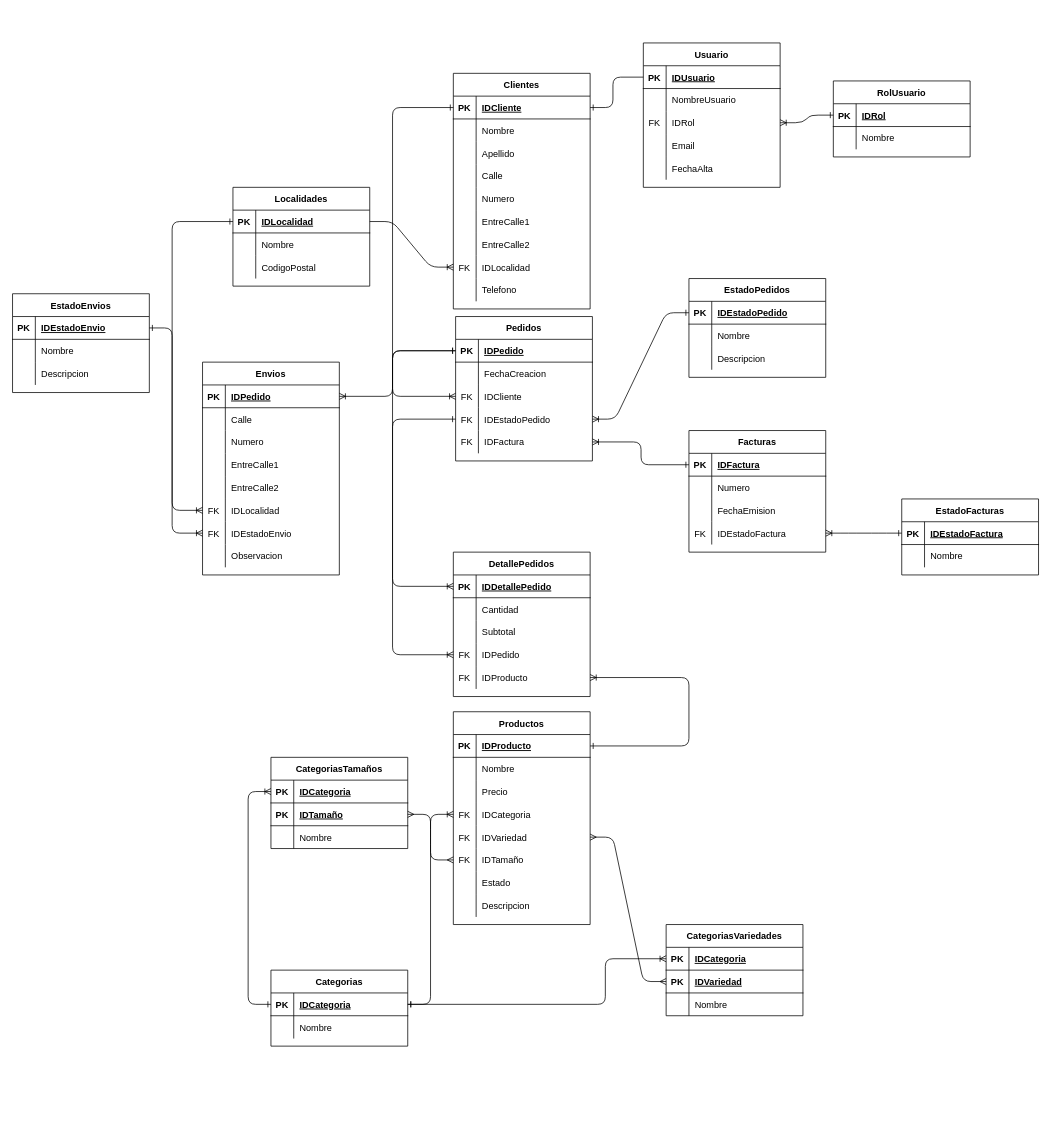
The draw.io diagram Delivery DER.drawio in RailGun15/laboratorio3-20202c, before the edit. Source tidied: cells renumbered, new cells numbered last; positions are measured from the earlier drawing's top-left corner, leaving out a move shared by most shapes. Both pictures are drawn from the tidied source at 76%, with x=0, y=0 at pixel (12, 43).
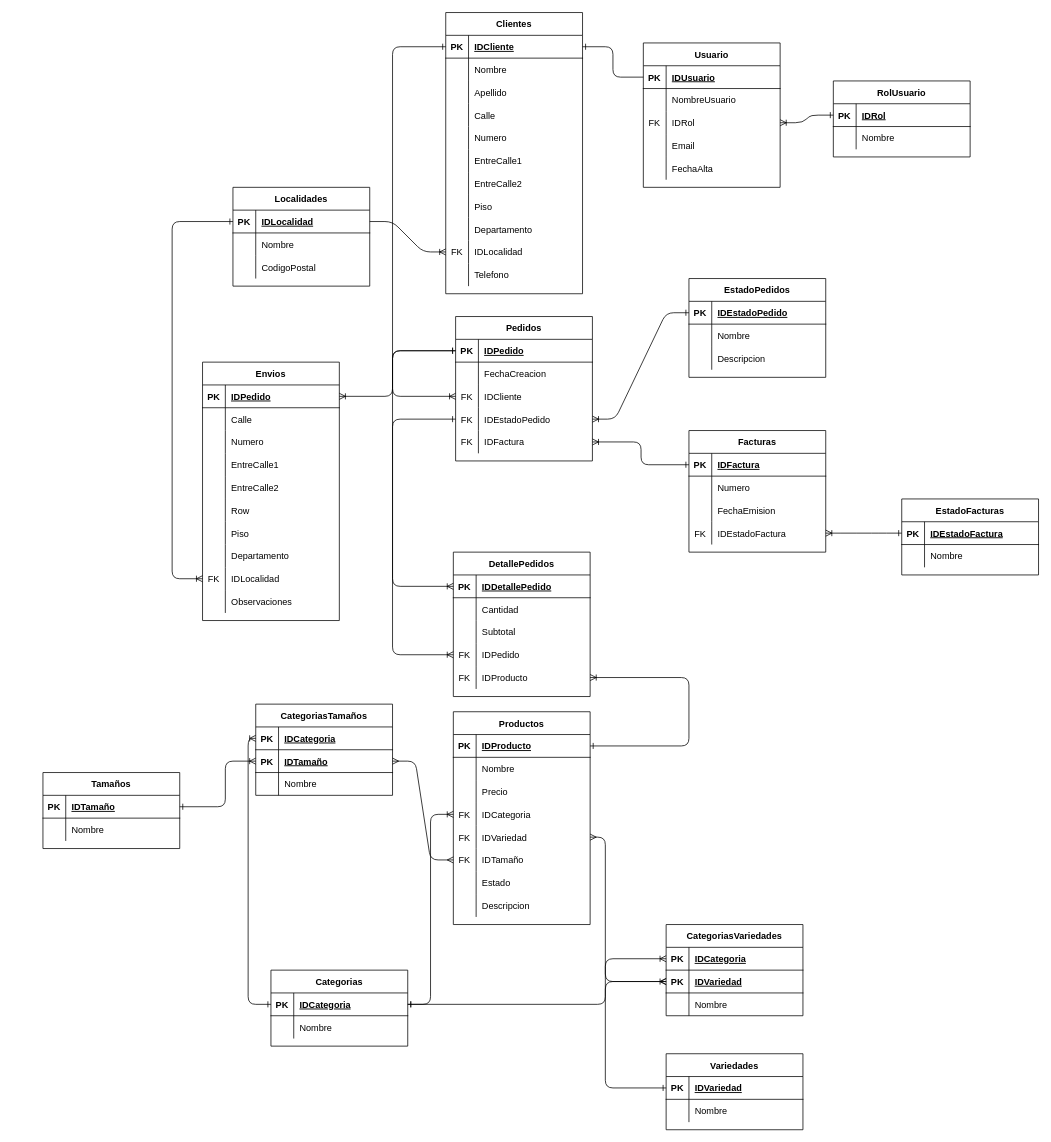
Above is the later version.

The change refers to these unchanged cells:
```xml
<mxCell id="35" style="shape=partialRectangle;fillColor=none;top=0;left=0;bottom=1;right=0;points=[[0,0.5],[1,0.5]];portConstraint=eastwest;" parent="34" vertex="1">
  <mxGeometry y="30" width="180" height="30" as="geometry" />
</mxCell>
<mxCell id="75" style="shape=partialRectangle;fillColor=none;top=0;left=0;bottom=0;right=0;points=[[0,0.5],[1,0.5]];portConstraint=eastwest;" parent="62" vertex="1">
  <mxGeometry y="150" width="180" height="30" as="geometry" />
</mxCell>
<mxCell id="147" style="shape=partialRectangle;fillColor=none;top=0;left=0;bottom=1;right=0;points=[[0,0.5],[1,0.5]];portConstraint=eastwest;" parent="143" vertex="1">
  <mxGeometry y="60" width="180" height="30" as="geometry" />
</mxCell>
<mxCell id="157" style="shape=partialRectangle;fillColor=none;top=0;left=0;bottom=1;right=0;points=[[0,0.5],[1,0.5]];portConstraint=eastwest;" parent="153" vertex="1">
  <mxGeometry y="60" width="180" height="30" as="geometry" />
</mxCell>
<mxCell id="206" style="shape=partialRectangle;fillColor=none;top=0;left=0;bottom=1;right=0;points=[[0,0.5],[1,0.5]];portConstraint=eastwest;" parent="205" vertex="1">
  <mxGeometry y="30" width="180" height="30" as="geometry" />
</mxCell>
```

What changed in the source:
```diff
@@
     <mxCell id="34" value="Clientes" style="shape=table;startSize=30;childLayout=tableLayout;rowLines=0;fontStyle=1;align=center;" parent="1" vertex="1">
-      <mxGeometry x="580" y="40" width="180" height="310" as="geometry" />
+      <mxGeometry x="570" y="-40" width="180" height="370" as="geometry" />
     </mxCell>
@@
+    <mxCell id="230" style="shape=partialRectangle;fillColor=none;top=0;left=0;bottom=0;right=0;" parent="34" vertex="1">
+      <mxGeometry y="240" width="180" height="30" as="geometry" />
+    </mxCell>
+    <mxCell id="231" style="shape=partialRectangle;fillColor=none;top=0;left=0;bottom=0;right=0;overflow=hidden;" parent="230" vertex="1">
+      <mxGeometry width="30" height="30" as="geometry" />
+    </mxCell>
+    <mxCell id="232" value="Piso" style="shape=partialRectangle;fillColor=none;top=0;left=0;bottom=0;right=0;align=left;spacingLeft=6;overflow=hidden;" parent="230" vertex="1">
+      <mxGeometry x="30" width="150" height="30" as="geometry" />
+    </mxCell>
+    <mxCell id="233" style="shape=partialRectangle;fillColor=none;top=0;left=0;bottom=0;right=0;" parent="34" vertex="1">
+      <mxGeometry y="270" width="180" height="30" as="geometry" />
+    </mxCell>
+    <mxCell id="234" style="shape=partialRectangle;fillColor=none;top=0;left=0;bottom=0;right=0;overflow=hidden;" parent="233" vertex="1">
+      <mxGeometry width="30" height="30" as="geometry" />
+    </mxCell>
+    <mxCell id="235" value="Departamento" style="shape=partialRectangle;fillColor=none;top=0;left=0;bottom=0;right=0;align=left;spacingLeft=6;overflow=hidden;" parent="233" vertex="1">
+      <mxGeometry x="30" width="150" height="30" as="geometry" />
+    </mxCell>
     <mxCell id="56" style="shape=partialRectangle;fillColor=none;top=0;left=0;bottom=0;right=0;points=[[0,0.5],[1,0.5]];portConstraint=eastwest;" parent="34" vertex="1">
-      <mxGeometry y="240" width="180" height="30" as="geometry" />
+      <mxGeometry y="300" width="180" height="30" as="geometry" />
     </mxCell>
@@
     <mxCell id="59" style="shape=partialRectangle;fillColor=none;top=0;left=0;bottom=0;right=0;" parent="34" vertex="1">
-      <mxGeometry y="270" width="180" height="30" as="geometry" />
+      <mxGeometry y="330" width="180" height="30" as="geometry" />
     </mxCell>
@@
     <mxCell id="143" value="CategoriasTamaños" style="shape=table;startSize=30;childLayout=tableLayout;rowLines=0;fontStyle=1;align=center;" parent="1" vertex="1">
-      <mxGeometry x="340" y="940" width="180" height="120" as="geometry" />
+      <mxGeometry x="320" y="870" width="180" height="120" as="geometry" />
     </mxCell>
@@
-    <mxCell id="166" style="edgeStyle=entityRelationEdgeStyle;fontSize=12;html=1;endArrow=ERmany;startArrow=ERmany;entryX=0;entryY=0.5;entryDx=0;entryDy=0;exitX=1;exitY=0.5;exitDx=0;exitDy=0;" parent="1" edge="1" source="75" target="157">
-      <mxGeometry relative="1" as="geometry" />
+    <mxCell id="166" style="edgeStyle=elbowEdgeStyle;fontSize=12;html=1;endArrow=ERmany;startArrow=ERmany;entryX=0;entryY=0.5;entryDx=0;entryDy=0;exitX=1;exitY=0.5;exitDx=0;exitDy=0;" parent="1" edge="1" source="75" target="157">
+      <mxGeometry relative="1" as="geometry">
+        <Array as="points">
+          <mxPoint x="780" y="1150" />
+        </Array>
+      </mxGeometry>
     </mxCell>
     <mxCell id="167" value="Envios" style="shape=table;startSize=30;childLayout=tableLayout;rowLines=0;fontStyle=1;align=center;" parent="1" vertex="1">
-      <mxGeometry x="250" y="420" width="180" height="280" as="geometry" />
+      <mxGeometry x="250" y="420" width="180" height="340" as="geometry" />
     </mxCell>
@@
+    <mxCell id="236" style="shape=partialRectangle;fillColor=none;top=0;left=0;bottom=0;right=0;" parent="167" vertex="1">
+      <mxGeometry y="180" width="180" height="30" as="geometry" />
+    </mxCell>
+    <mxCell id="237" style="shape=partialRectangle;fillColor=none;top=0;left=0;bottom=0;right=0;overflow=hidden;" parent="236" vertex="1">
+      <mxGeometry width="30" height="30" as="geometry" />
+    </mxCell>
+    <mxCell id="238" value="Row" style="shape=partialRectangle;fillColor=none;top=0;left=0;bottom=0;right=0;align=left;spacingLeft=6;overflow=hidden;" parent="236" vertex="1">
+      <mxGeometry x="30" width="150" height="30" as="geometry" />
+    </mxCell>
+    <mxCell id="186" style="shape=partialRectangle;fillColor=none;top=0;left=0;bottom=0;right=0;points=[[0,0.5],[1,0.5]];portConstraint=eastwest;" parent="167" vertex="1">
+      <mxGeometry y="210" width="180" height="30" as="geometry" />
+    </mxCell>
+    <mxCell id="239" style="shape=partialRectangle;fillColor=none;top=0;left=0;bottom=0;right=0;overflow=hidden;" parent="186" vertex="1">
+      <mxGeometry width="30" height="30" as="geometry" />
+    </mxCell>
+    <mxCell id="240" value="Piso" style="shape=partialRectangle;fillColor=none;top=0;left=0;bottom=0;right=0;align=left;spacingLeft=6;overflow=hidden;" parent="186" vertex="1">
+      <mxGeometry x="30" width="150" height="30" as="geometry" />
+    </mxCell>
+    <mxCell id="241" style="shape=partialRectangle;fillColor=none;top=0;left=0;bottom=0;right=0;" parent="167" vertex="1">
+      <mxGeometry y="240" width="180" height="30" as="geometry" />
+    </mxCell>
+    <mxCell id="242" style="shape=partialRectangle;fillColor=none;top=0;left=0;bottom=0;right=0;overflow=hidden;" parent="241" vertex="1">
+      <mxGeometry width="30" height="30" as="geometry" />
+    </mxCell>
+    <mxCell id="243" value="Departamento" style="shape=partialRectangle;fillColor=none;top=0;left=0;bottom=0;right=0;align=left;spacingLeft=6;overflow=hidden;" parent="241" vertex="1">
+      <mxGeometry x="30" width="150" height="30" as="geometry" />
+    </mxCell>
     <mxCell id="183" style="shape=partialRectangle;fillColor=none;top=0;left=0;bottom=0;right=0;points=[[0,0.5],[1,0.5]];portConstraint=eastwest;" parent="167" vertex="1">
-      <mxGeometry y="180" width="180" height="30" as="geometry" />
+      <mxGeometry y="270" width="180" height="30" as="geometry" />
     </mxCell>
@@
-    <mxCell id="186" style="shape=partialRectangle;fillColor=none;top=0;left=0;bottom=0;right=0;points=[[0,0.5],[1,0.5]];portConstraint=eastwest;" parent="167" vertex="1">
-      <mxGeometry y="210" width="180" height="30" as="geometry" />
-    </mxCell>
-    <mxCell id="187" value="FK" style="shape=partialRectangle;fillColor=none;top=0;left=0;bottom=0;right=0;overflow=hidden;" parent="186" vertex="1">
-      <mxGeometry width="30" height="30" as="geometry" />
-    </mxCell>
-    <mxCell id="188" value="IDEstadoEnvio" style="shape=partialRectangle;fillColor=none;top=0;left=0;bottom=0;right=0;align=left;spacingLeft=6;overflow=hidden;" parent="186" vertex="1">
-      <mxGeometry x="30" width="150" height="30" as="geometry" />
-    </mxCell>
     <mxCell id="189" style="shape=partialRectangle;fillColor=none;top=0;left=0;bottom=0;right=0;" parent="167" vertex="1">
-      <mxGeometry y="240" width="180" height="30" as="geometry" />
+      <mxGeometry y="300" width="180" height="30" as="geometry" />
     </mxCell>
@@
-    <mxCell id="191" value="Observacion" style="shape=partialRectangle;fillColor=none;top=0;left=0;bottom=0;right=0;align=left;spacingLeft=6;overflow=hidden;" parent="189" vertex="1">
+    <mxCell id="191" value="Observaciones" style="shape=partialRectangle;fillColor=none;top=0;left=0;bottom=0;right=0;align=left;spacingLeft=6;overflow=hidden;" parent="189" vertex="1">
       <mxGeometry x="30" width="150" height="30" as="geometry" />
     </mxCell>
@@
-    <mxCell id="193" value="EstadoEnvios" style="shape=table;startSize=30;childLayout=tableLayout;rowLines=0;fontStyle=1;align=center;" parent="1" vertex="1">
-      <mxGeometry y="330" width="180" height="130" as="geometry" />
-    </mxCell>
-    <mxCell id="194" style="shape=partialRectangle;fillColor=none;top=0;left=0;bottom=1;right=0;points=[[0,0.5],[1,0.5]];portConstraint=eastwest;" parent="193" vertex="1">
-      <mxGeometry y="30" width="180" height="30" as="geometry" />
-    </mxCell>
-    <mxCell id="195" value="PK" style="shape=partialRectangle;fillColor=none;top=0;left=0;bottom=0;right=0;fontStyle=1;overflow=hidden;" parent="194" vertex="1">
-      <mxGeometry width="30" height="30" as="geometry" />
-    </mxCell>
-    <mxCell id="196" value="IDEstadoEnvio" style="shape=partialRectangle;fillColor=none;top=0;left=0;bottom=0;right=0;align=left;spacingLeft=6;fontStyle=5;overflow=hidden;" parent="194" vertex="1">
-      <mxGeometry x="30" width="150" height="30" as="geometry" />
-    </mxCell>
-    <mxCell id="197" style="shape=partialRectangle;fillColor=none;top=0;left=0;bottom=0;right=0;" parent="193" vertex="1">
-      <mxGeometry y="60" width="180" height="30" as="geometry" />
-    </mxCell>
-    <mxCell id="198" style="shape=partialRectangle;fillColor=none;top=0;left=0;bottom=0;right=0;overflow=hidden;" parent="197" vertex="1">
-      <mxGeometry width="30" height="30" as="geometry" />
-    </mxCell>
-    <mxCell id="199" value="Nombre" style="shape=partialRectangle;fillColor=none;top=0;left=0;bottom=0;right=0;align=left;spacingLeft=6;overflow=hidden;" parent="197" vertex="1">
-      <mxGeometry x="30" width="150" height="30" as="geometry" />
-    </mxCell>
-    <mxCell id="200" style="shape=partialRectangle;fillColor=none;top=0;left=0;bottom=0;right=0;" parent="193" vertex="1">
-      <mxGeometry y="90" width="180" height="30" as="geometry" />
-    </mxCell>
-    <mxCell id="201" style="shape=partialRectangle;fillColor=none;top=0;left=0;bottom=0;right=0;overflow=hidden;" parent="200" vertex="1">
-      <mxGeometry width="30" height="30" as="geometry" />
-    </mxCell>
-    <mxCell id="202" value="Descripcion" style="shape=partialRectangle;fillColor=none;top=0;left=0;bottom=0;right=0;align=left;spacingLeft=6;overflow=hidden;" parent="200" vertex="1">
-      <mxGeometry x="30" width="150" height="30" as="geometry" />
-    </mxCell>
-    <mxCell id="203" style="edgeStyle=elbowEdgeStyle;fontSize=12;html=1;endArrow=ERone;entryX=1;entryY=0.5;entryDx=0;entryDy=0;startArrow=ERoneToMany;startFill=0;endFill=0;exitX=0;exitY=0.5;exitDx=0;exitDy=0;" parent="1" edge="1" source="186" target="194">
-      <mxGeometry relative="1" as="geometry">
-        <Array as="points">
-          <mxPoint x="210" y="500" />
-          <mxPoint x="230" y="430" />
-        </Array>
-      </mxGeometry>
-    </mxCell>
@@
     <mxCell id="229" style="edgeStyle=elbowEdgeStyle;fontSize=12;html=1;endArrow=ERone;endFill=1;exitX=0;exitY=0.5;exitDx=0;exitDy=0;entryX=1;entryY=0.5;entryDx=0;entryDy=0;" parent="1" edge="1" source="206" target="35">
       <mxGeometry relative="1" as="geometry">
         <Array as="points">
-          <mxPoint x="790" y="70" />
+          <mxPoint x="790" y="10" />
         </Array>
       </mxGeometry>
     </mxCell>
+    <mxCell id="244" value="Tamaños" style="shape=table;startSize=30;childLayout=tableLayout;rowLines=0;fontStyle=1;align=center;" parent="1" vertex="1">
+      <mxGeometry x="40" y="960" width="180" height="100" as="geometry" />
+    </mxCell>
+    <mxCell id="245" style="shape=partialRectangle;fillColor=none;top=0;left=0;bottom=1;right=0;points=[[0,0.5],[1,0.5]];portConstraint=eastwest;" parent="244" vertex="1">
+      <mxGeometry y="30" width="180" height="30" as="geometry" />
+    </mxCell>
+    <mxCell id="246" value="PK" style="shape=partialRectangle;fillColor=none;top=0;left=0;bottom=0;right=0;fontStyle=1;overflow=hidden;" parent="245" vertex="1">
+      <mxGeometry width="30" height="30" as="geometry" />
+    </mxCell>
+    <mxCell id="247" value="IDTamaño" style="shape=partialRectangle;fillColor=none;top=0;left=0;bottom=0;right=0;align=left;spacingLeft=6;fontStyle=5;overflow=hidden;" parent="245" vertex="1">
+      <mxGeometry x="30" width="150" height="30" as="geometry" />
+    </mxCell>
+    <mxCell id="248" style="shape=partialRectangle;fillColor=none;top=0;left=0;bottom=0;right=0;" parent="244" vertex="1">
+      <mxGeometry y="60" width="180" height="30" as="geometry" />
+    </mxCell>
+    <mxCell id="249" style="shape=partialRectangle;fillColor=none;top=0;left=0;bottom=0;right=0;overflow=hidden;" parent="248" vertex="1">
+      <mxGeometry width="30" height="30" as="geometry" />
+    </mxCell>
+    <mxCell id="250" value="Nombre" style="shape=partialRectangle;fillColor=none;top=0;left=0;bottom=0;right=0;align=left;spacingLeft=6;overflow=hidden;" parent="248" vertex="1">
+      <mxGeometry x="30" width="150" height="30" as="geometry" />
+    </mxCell>
+    <mxCell id="251" value="Variedades" style="shape=table;startSize=30;childLayout=tableLayout;rowLines=0;fontStyle=1;align=center;" parent="1" vertex="1">
+      <mxGeometry x="860" y="1330" width="180" height="100" as="geometry" />
+    </mxCell>
+    <mxCell id="252" style="shape=partialRectangle;fillColor=none;top=0;left=0;bottom=1;right=0;points=[[0,0.5],[1,0.5]];portConstraint=eastwest;" parent="251" vertex="1">
+      <mxGeometry y="30" width="180" height="30" as="geometry" />
+    </mxCell>
+    <mxCell id="253" value="PK" style="shape=partialRectangle;fillColor=none;top=0;left=0;bottom=0;right=0;fontStyle=1;overflow=hidden;" parent="252" vertex="1">
+      <mxGeometry width="30" height="30" as="geometry" />
+    </mxCell>
+    <mxCell id="254" value="IDVariedad" style="shape=partialRectangle;fillColor=none;top=0;left=0;bottom=0;right=0;align=left;spacingLeft=6;fontStyle=5;overflow=hidden;" parent="252" vertex="1">
+      <mxGeometry x="30" width="150" height="30" as="geometry" />
+    </mxCell>
+    <mxCell id="255" style="shape=partialRectangle;fillColor=none;top=0;left=0;bottom=0;right=0;" parent="251" vertex="1">
+      <mxGeometry y="60" width="180" height="30" as="geometry" />
+    </mxCell>
+    <mxCell id="256" style="shape=partialRectangle;fillColor=none;top=0;left=0;bottom=0;right=0;overflow=hidden;" parent="255" vertex="1">
+      <mxGeometry width="30" height="30" as="geometry" />
+    </mxCell>
+    <mxCell id="257" value="Nombre" style="shape=partialRectangle;fillColor=none;top=0;left=0;bottom=0;right=0;align=left;spacingLeft=6;overflow=hidden;" parent="255" vertex="1">
+      <mxGeometry x="30" width="150" height="30" as="geometry" />
+    </mxCell>
+    <mxCell id="258" style="fontSize=12;html=1;endArrow=ERone;startArrow=ERoneToMany;startFill=0;endFill=0;exitX=0;exitY=0.5;exitDx=0;exitDy=0;entryX=1;entryY=0.5;entryDx=0;entryDy=0;edgeStyle=elbowEdgeStyle;" parent="1" edge="1" source="147" target="245">
+      <mxGeometry relative="1" as="geometry">
+        <Array as="points">
+          <mxPoint x="280" y="1015" />
+        </Array>
+      </mxGeometry>
+    </mxCell>
+    <mxCell id="259" style="fontSize=12;html=1;endArrow=ERone;startArrow=ERoneToMany;startFill=0;endFill=0;exitX=0;exitY=0.5;exitDx=0;exitDy=0;entryX=0;entryY=0.5;entryDx=0;entryDy=0;edgeStyle=elbowEdgeStyle;" parent="1" edge="1" source="157" target="252">
+      <mxGeometry relative="1" as="geometry">
+        <Array as="points">
+          <mxPoint x="780" y="1310" />
+        </Array>
+      </mxGeometry>
+    </mxCell>
```
